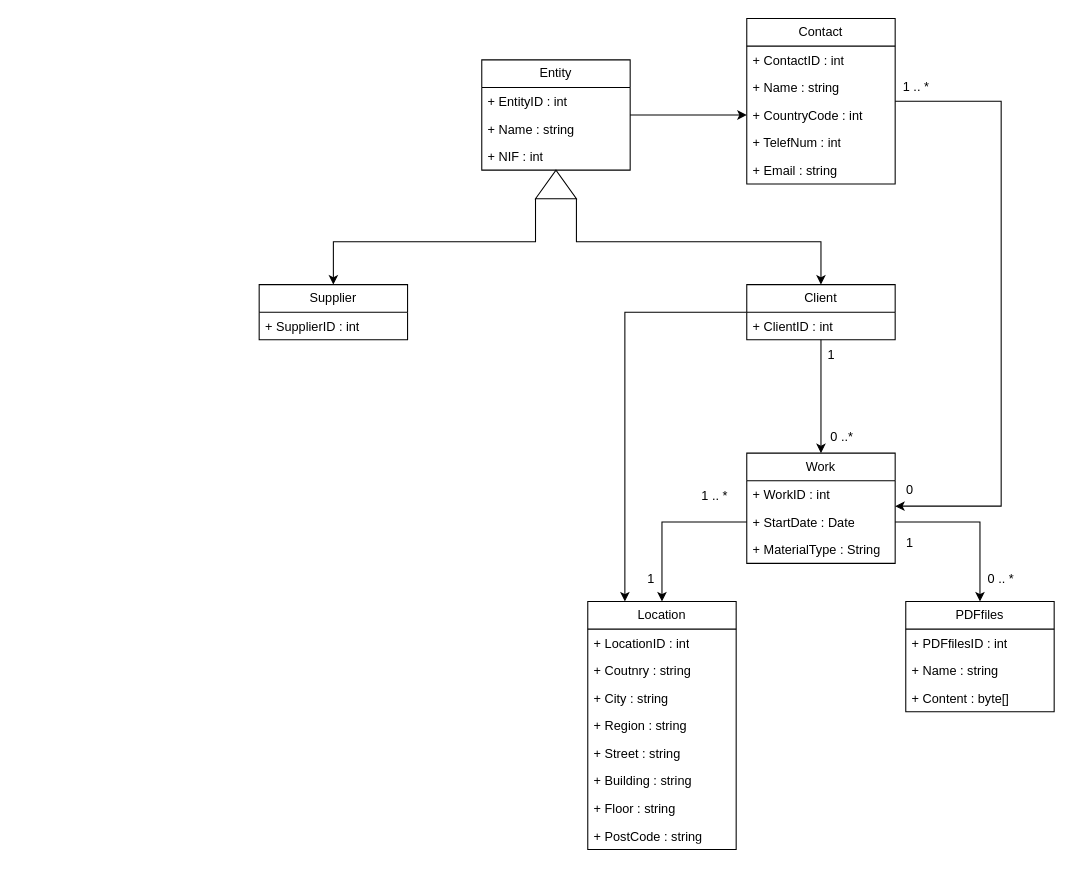
Earlier version of the draw.io diagram Avalonia.CoberfuziDataBase.drawio (Nickhsu11/CobefuziManagment2.0). Source tidied: cells renumbered, new cells numbered last; positions are measured from the earlier drawing's top-left corner, leaving out a move shared by most shapes. Both pictures are drawn from the tidied source at 106%, with x=0, y=0 at pixel (259, 18).
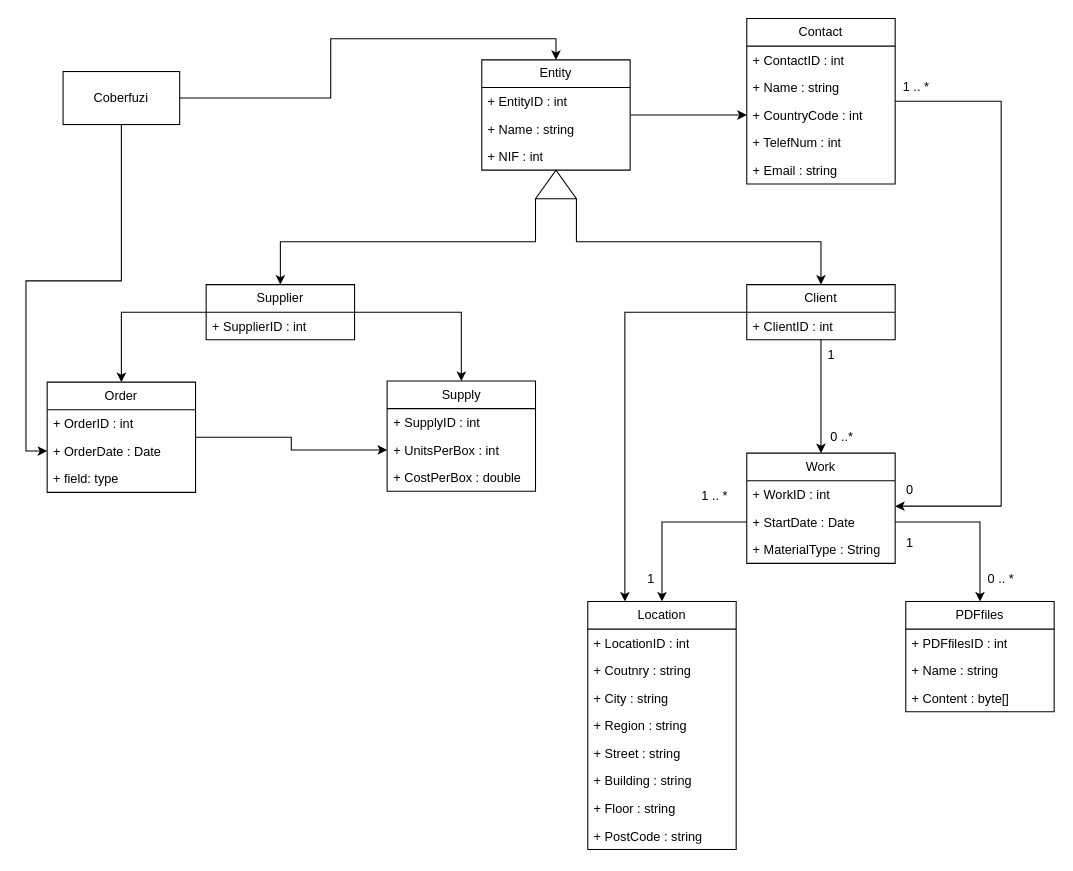
After the change.

The change refers to these unchanged cells:
```xml
<mxCell id="42" value="Entity" style="swimlane;fontStyle=0;horizontal=1;startSize=26;fillColor=none;whiteSpace=wrap;html=1;" parent="1" vertex="1">
  <mxGeometry x="210" y="39" width="140" height="104" as="geometry" />
</mxCell>
```

Change to the diagram source:
```diff
@@
+    <mxCell id="50" style="edgeStyle=orthogonalEdgeStyle;rounded=0;jettySize=auto;html=1;entryX=0.5;entryY=0;entryDx=0;entryDy=0;" parent="1" edge="1" source="39" target="52">
+      <mxGeometry relative="1" as="geometry" />
+    </mxCell>
+    <mxCell id="51" style="edgeStyle=orthogonalEdgeStyle;rounded=0;jettySize=auto;html=1;entryX=0.5;entryY=0;entryDx=0;entryDy=0;" parent="1" edge="1" source="39" target="57">
+      <mxGeometry relative="1" as="geometry" />
+    </mxCell>
     <mxCell id="39" value="Supplier" style="swimlane;fontStyle=0;horizontal=1;startSize=26;fillColor=none;whiteSpace=wrap;html=1;" parent="1" vertex="1">
-      <mxGeometry y="251" width="140" height="52" as="geometry" />
+      <mxGeometry x="-50" y="251" width="140" height="52" as="geometry" />
     </mxCell>
@@
+    <mxCell id="52" value="Supply" style="swimlane;fontStyle=0;horizontal=1;startSize=26;fillColor=none;whiteSpace=wrap;html=1;" parent="1" vertex="1">
+      <mxGeometry x="120.7" y="342" width="140" height="104" as="geometry" />
+    </mxCell>
+    <mxCell id="53" value="+ SupplyID : int" style="text;strokeColor=none;fillColor=none;align=left;verticalAlign=top;spacingLeft=4;spacingRight=4;overflow=hidden;whiteSpace=wrap;html=1;" parent="52" vertex="1">
+      <mxGeometry y="26" width="140" height="26" as="geometry" />
+    </mxCell>
+    <mxCell id="54" value="+ UnitsPerBox : int" style="text;strokeColor=none;fillColor=none;align=left;verticalAlign=top;spacingLeft=4;spacingRight=4;overflow=hidden;points=[[0,0.5],[1,0.5]];portConstraint=eastwest;whiteSpace=wrap;html=1;" parent="52" vertex="1">
+      <mxGeometry y="52" width="140" height="26" as="geometry" />
+    </mxCell>
+    <mxCell id="55" value="+ CostPerBox : double" style="text;strokeColor=none;fillColor=none;align=left;verticalAlign=top;spacingLeft=4;spacingRight=4;overflow=hidden;whiteSpace=wrap;html=1;" parent="52" vertex="1">
+      <mxGeometry y="78" width="140" height="26" as="geometry" />
+    </mxCell>
+    <mxCell id="56" style="edgeStyle=orthogonalEdgeStyle;rounded=0;jettySize=auto;html=1;entryX=0;entryY=0.5;entryDx=0;entryDy=0;" parent="1" edge="1" source="57" target="54">
+      <mxGeometry relative="1" as="geometry" />
+    </mxCell>
+    <mxCell id="57" value="Order" style="swimlane;fontStyle=0;horizontal=1;startSize=26;fillColor=none;whiteSpace=wrap;html=1;" parent="1" vertex="1">
+      <mxGeometry x="-200" y="343" width="140" height="104" as="geometry" />
+    </mxCell>
+    <mxCell id="58" value="&lt;div&gt;+ OrderID : int&lt;/div&gt;" style="text;strokeColor=none;fillColor=none;align=left;verticalAlign=top;spacingLeft=4;spacingRight=4;overflow=hidden;whiteSpace=wrap;html=1;" parent="57" vertex="1">
+      <mxGeometry y="26" width="140" height="26" as="geometry" />
+    </mxCell>
+    <mxCell id="59" value="+ OrderDate : Date" style="text;strokeColor=none;fillColor=none;align=left;verticalAlign=top;spacingLeft=4;spacingRight=4;overflow=hidden;points=[[0,0.5],[1,0.5]];portConstraint=eastwest;whiteSpace=wrap;html=1;" parent="57" vertex="1">
+      <mxGeometry y="52" width="140" height="26" as="geometry" />
+    </mxCell>
+    <mxCell id="60" value="+ field: type" style="text;strokeColor=none;fillColor=none;align=left;verticalAlign=top;spacingLeft=4;spacingRight=4;overflow=hidden;whiteSpace=wrap;html=1;" parent="57" vertex="1">
+      <mxGeometry y="78" width="140" height="26" as="geometry" />
+    </mxCell>
+    <mxCell id="61" style="edgeStyle=orthogonalEdgeStyle;rounded=0;jettySize=auto;html=1;entryX=0;entryY=0.5;entryDx=0;entryDy=0;" parent="1" edge="1" source="63" target="59">
+      <mxGeometry relative="1" as="geometry" />
+    </mxCell>
+    <mxCell id="62" style="edgeStyle=orthogonalEdgeStyle;rounded=0;jettySize=auto;html=1;entryX=0.5;entryY=0;entryDx=0;entryDy=0;" parent="1" edge="1" source="63" target="42">
+      <mxGeometry relative="1" as="geometry" />
+    </mxCell>
+    <mxCell id="63" value="Coberfuzi" style="html=1;whiteSpace=wrap;" parent="1" vertex="1">
+      <mxGeometry x="-185" y="50" width="110" height="50" as="geometry" />
+    </mxCell>
```
